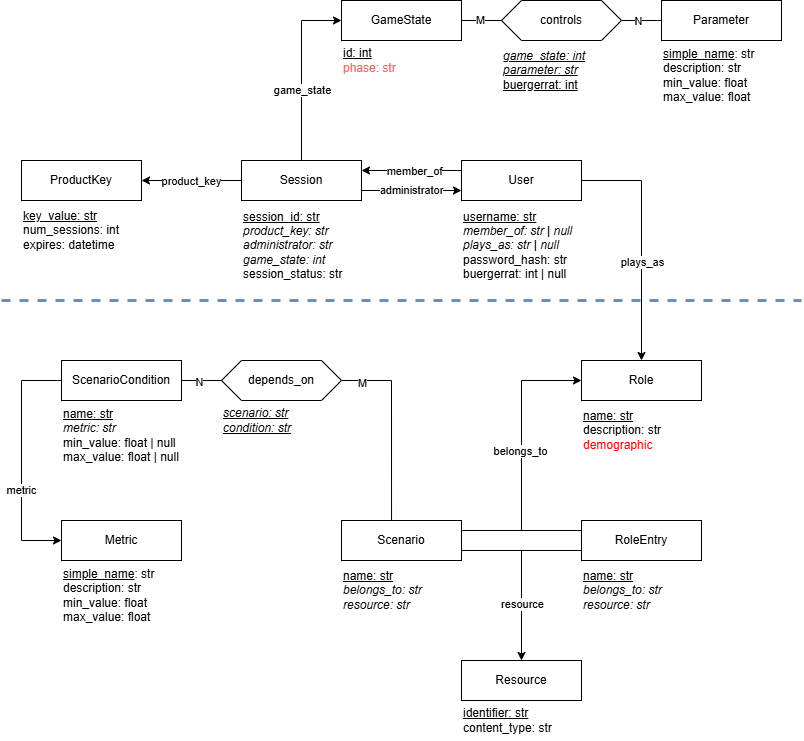
This is shared/data_model/relational_db.drawio.png from Yannick-Immerge/planspiel, a draw.io export, as it was before one commit. Source tidied: cells renumbered, new cells last; positions are measured from the earlier drawing's top-left corner, leaving out a move shared by most shapes.
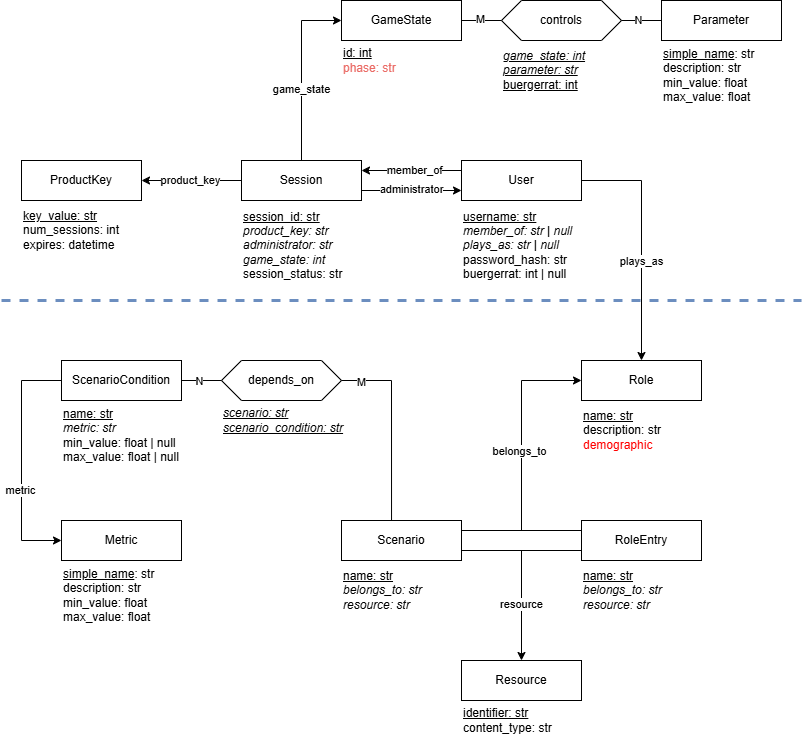
The same file after the commit.

What changed in the source:
```diff
@@ -67,8 +67,8 @@
     <mxCell id="19" value="&lt;div&gt;&lt;u style=&quot;background-color: initial;&quot;&gt;simple_name&lt;/u&gt;&lt;span style=&quot;background-color: initial;&quot;&gt;: str&lt;/span&gt;&lt;/div&gt;&lt;div style=&quot;&quot;&gt;description: str&lt;/div&gt;&lt;div style=&quot;&quot;&gt;min_value: float&lt;/div&gt;&lt;div style=&quot;&quot;&gt;max_value: float&lt;/div&gt;" style="text;html=1;align=left;verticalAlign=middle;strokeColor=none;fillColor=none;" parent="1" vertex="1">
       <mxGeometry x="60" y="560" width="110" height="70" as="geometry" />
     </mxCell>
-    <mxCell id="20" value="&lt;div&gt;&lt;i style=&quot;&quot;&gt;&lt;u&gt;scenario: str&lt;/u&gt;&lt;/i&gt;&lt;/div&gt;&lt;div&gt;&lt;i style=&quot;&quot;&gt;&lt;u&gt;condition: str&lt;/u&gt;&lt;/i&gt;&lt;/div&gt;" style="text;html=1;align=left;verticalAlign=middle;strokeColor=none;fillColor=none;" parent="1" vertex="1">
-      <mxGeometry x="220" y="400" width="90" height="40" as="geometry" />
+    <mxCell id="20" value="&lt;div&gt;&lt;i style=&quot;&quot;&gt;&lt;u&gt;scenario: str&lt;/u&gt;&lt;/i&gt;&lt;/div&gt;&lt;div&gt;&lt;i style=&quot;&quot;&gt;&lt;u&gt;scenario_condition: str&lt;/u&gt;&lt;/i&gt;&lt;/div&gt;" style="text;html=1;align=left;verticalAlign=middle;strokeColor=none;fillColor=none;" parent="1" vertex="1">
+      <mxGeometry x="220" y="400" width="140" height="40" as="geometry" />
     </mxCell>
     <mxCell id="21" value="RoleEntry" style="rounded=0;whiteSpace=wrap;html=1;" parent="1" vertex="1">
       <mxGeometry x="580" y="520" width="120" height="40" as="geometry" />
```
